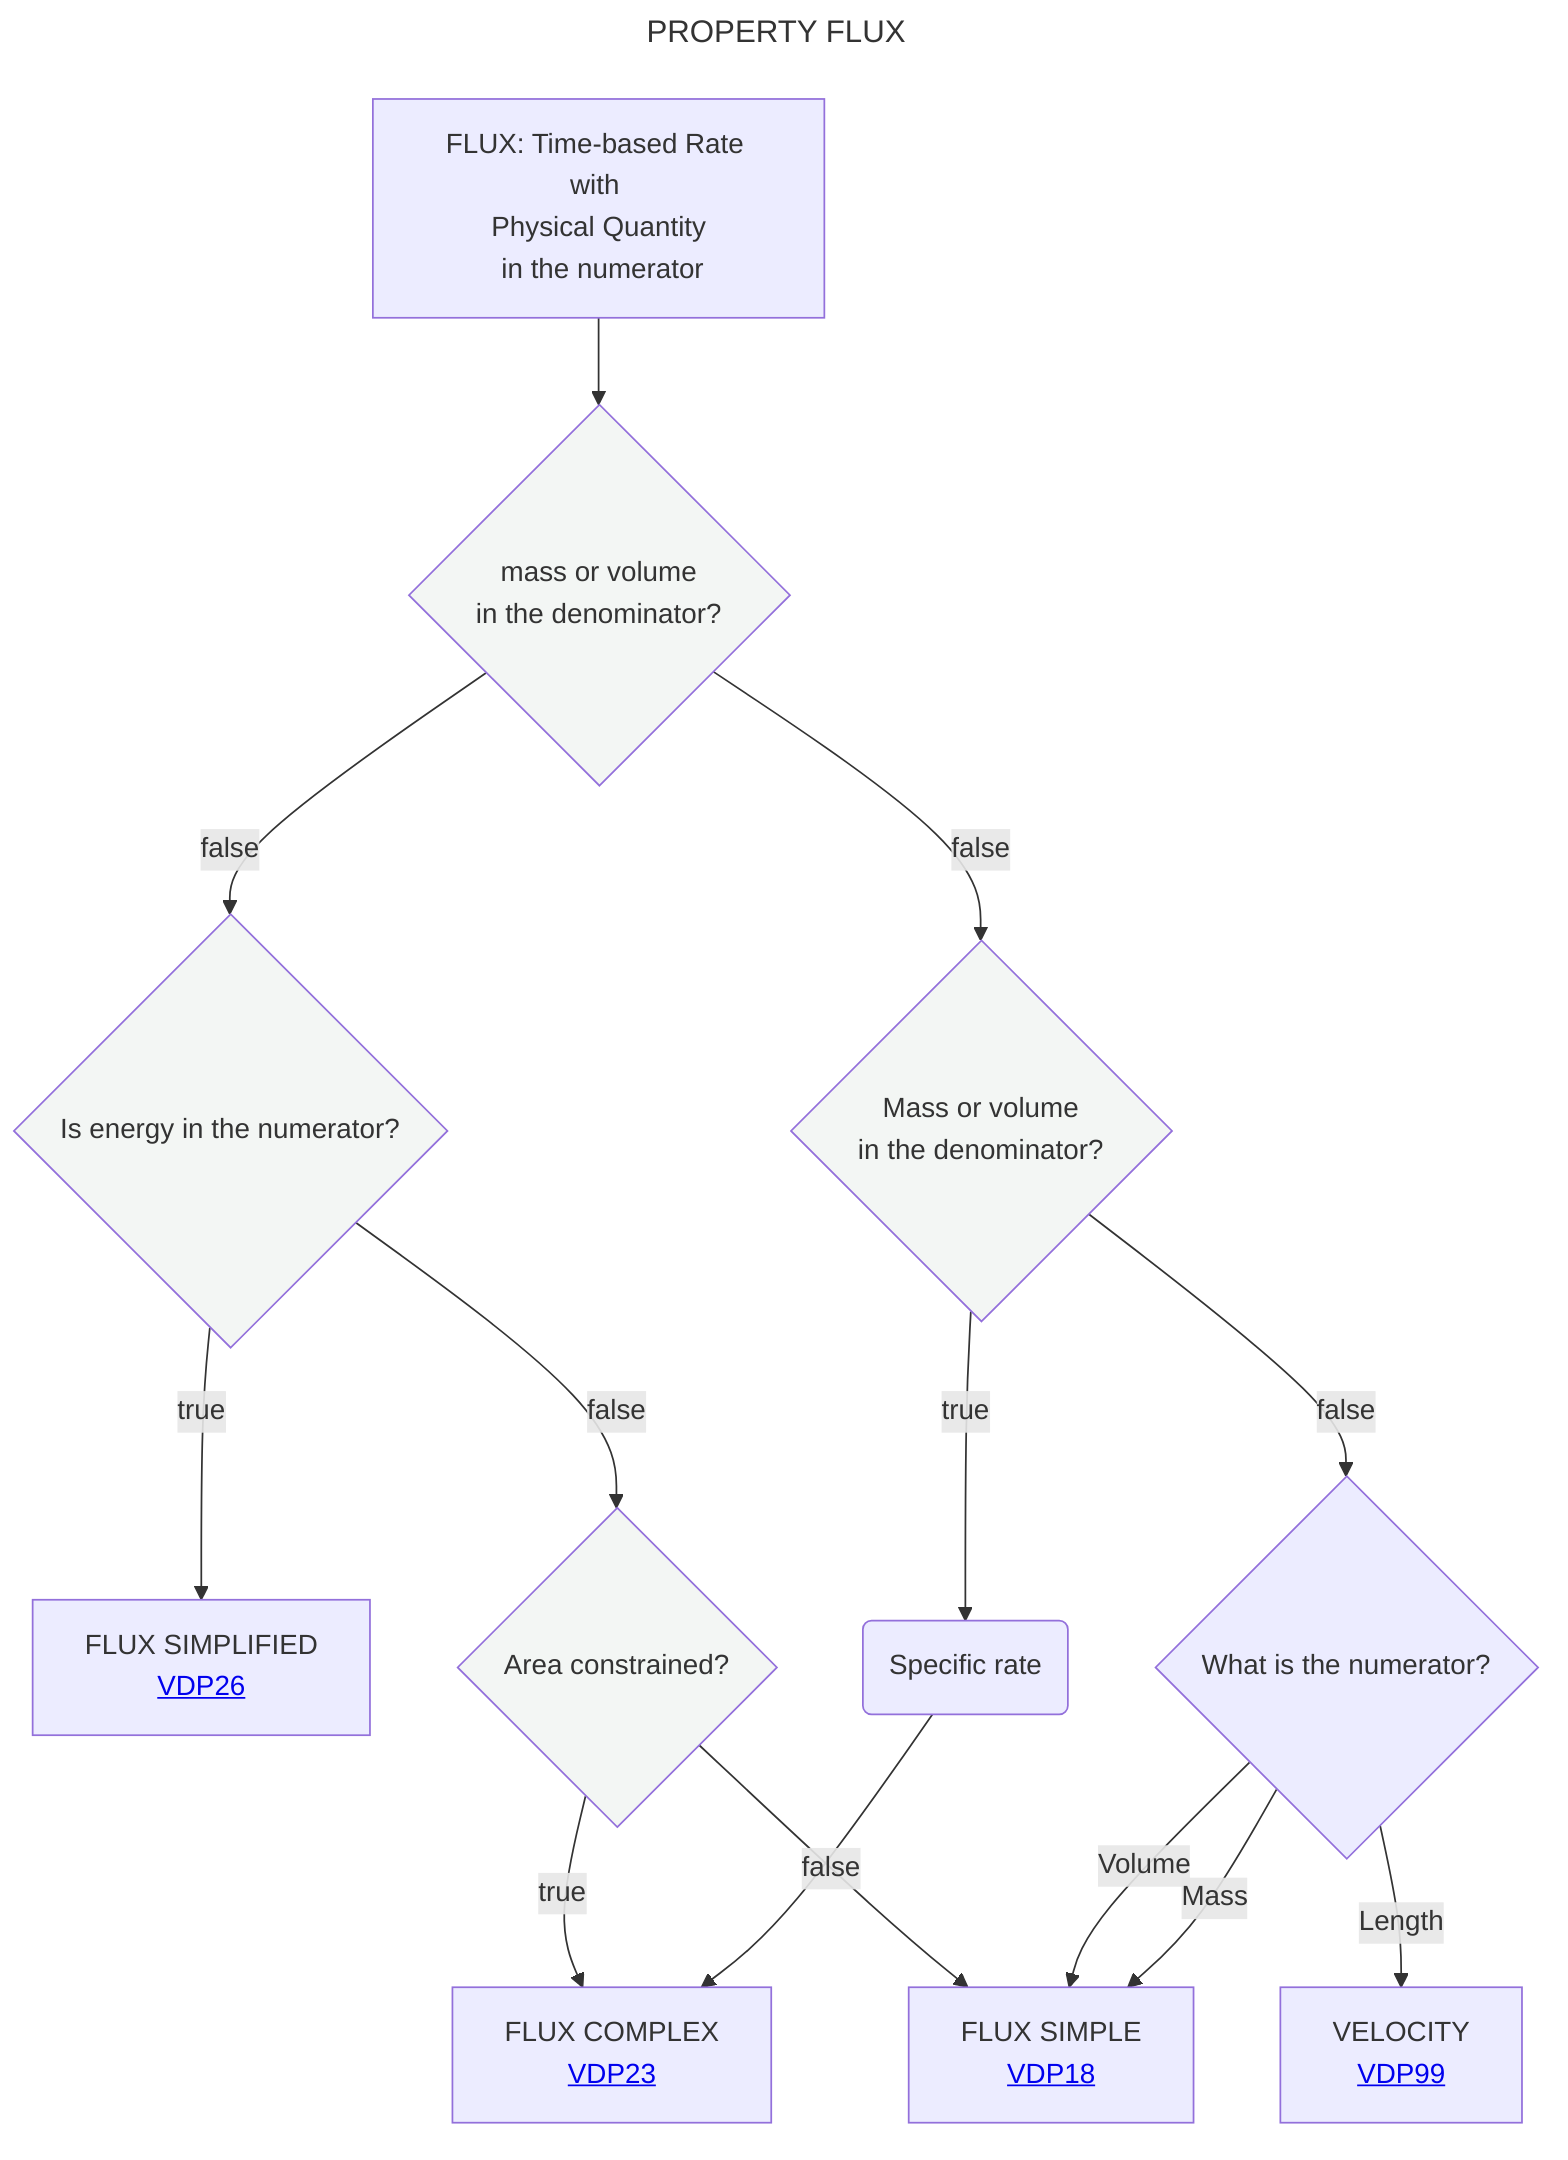
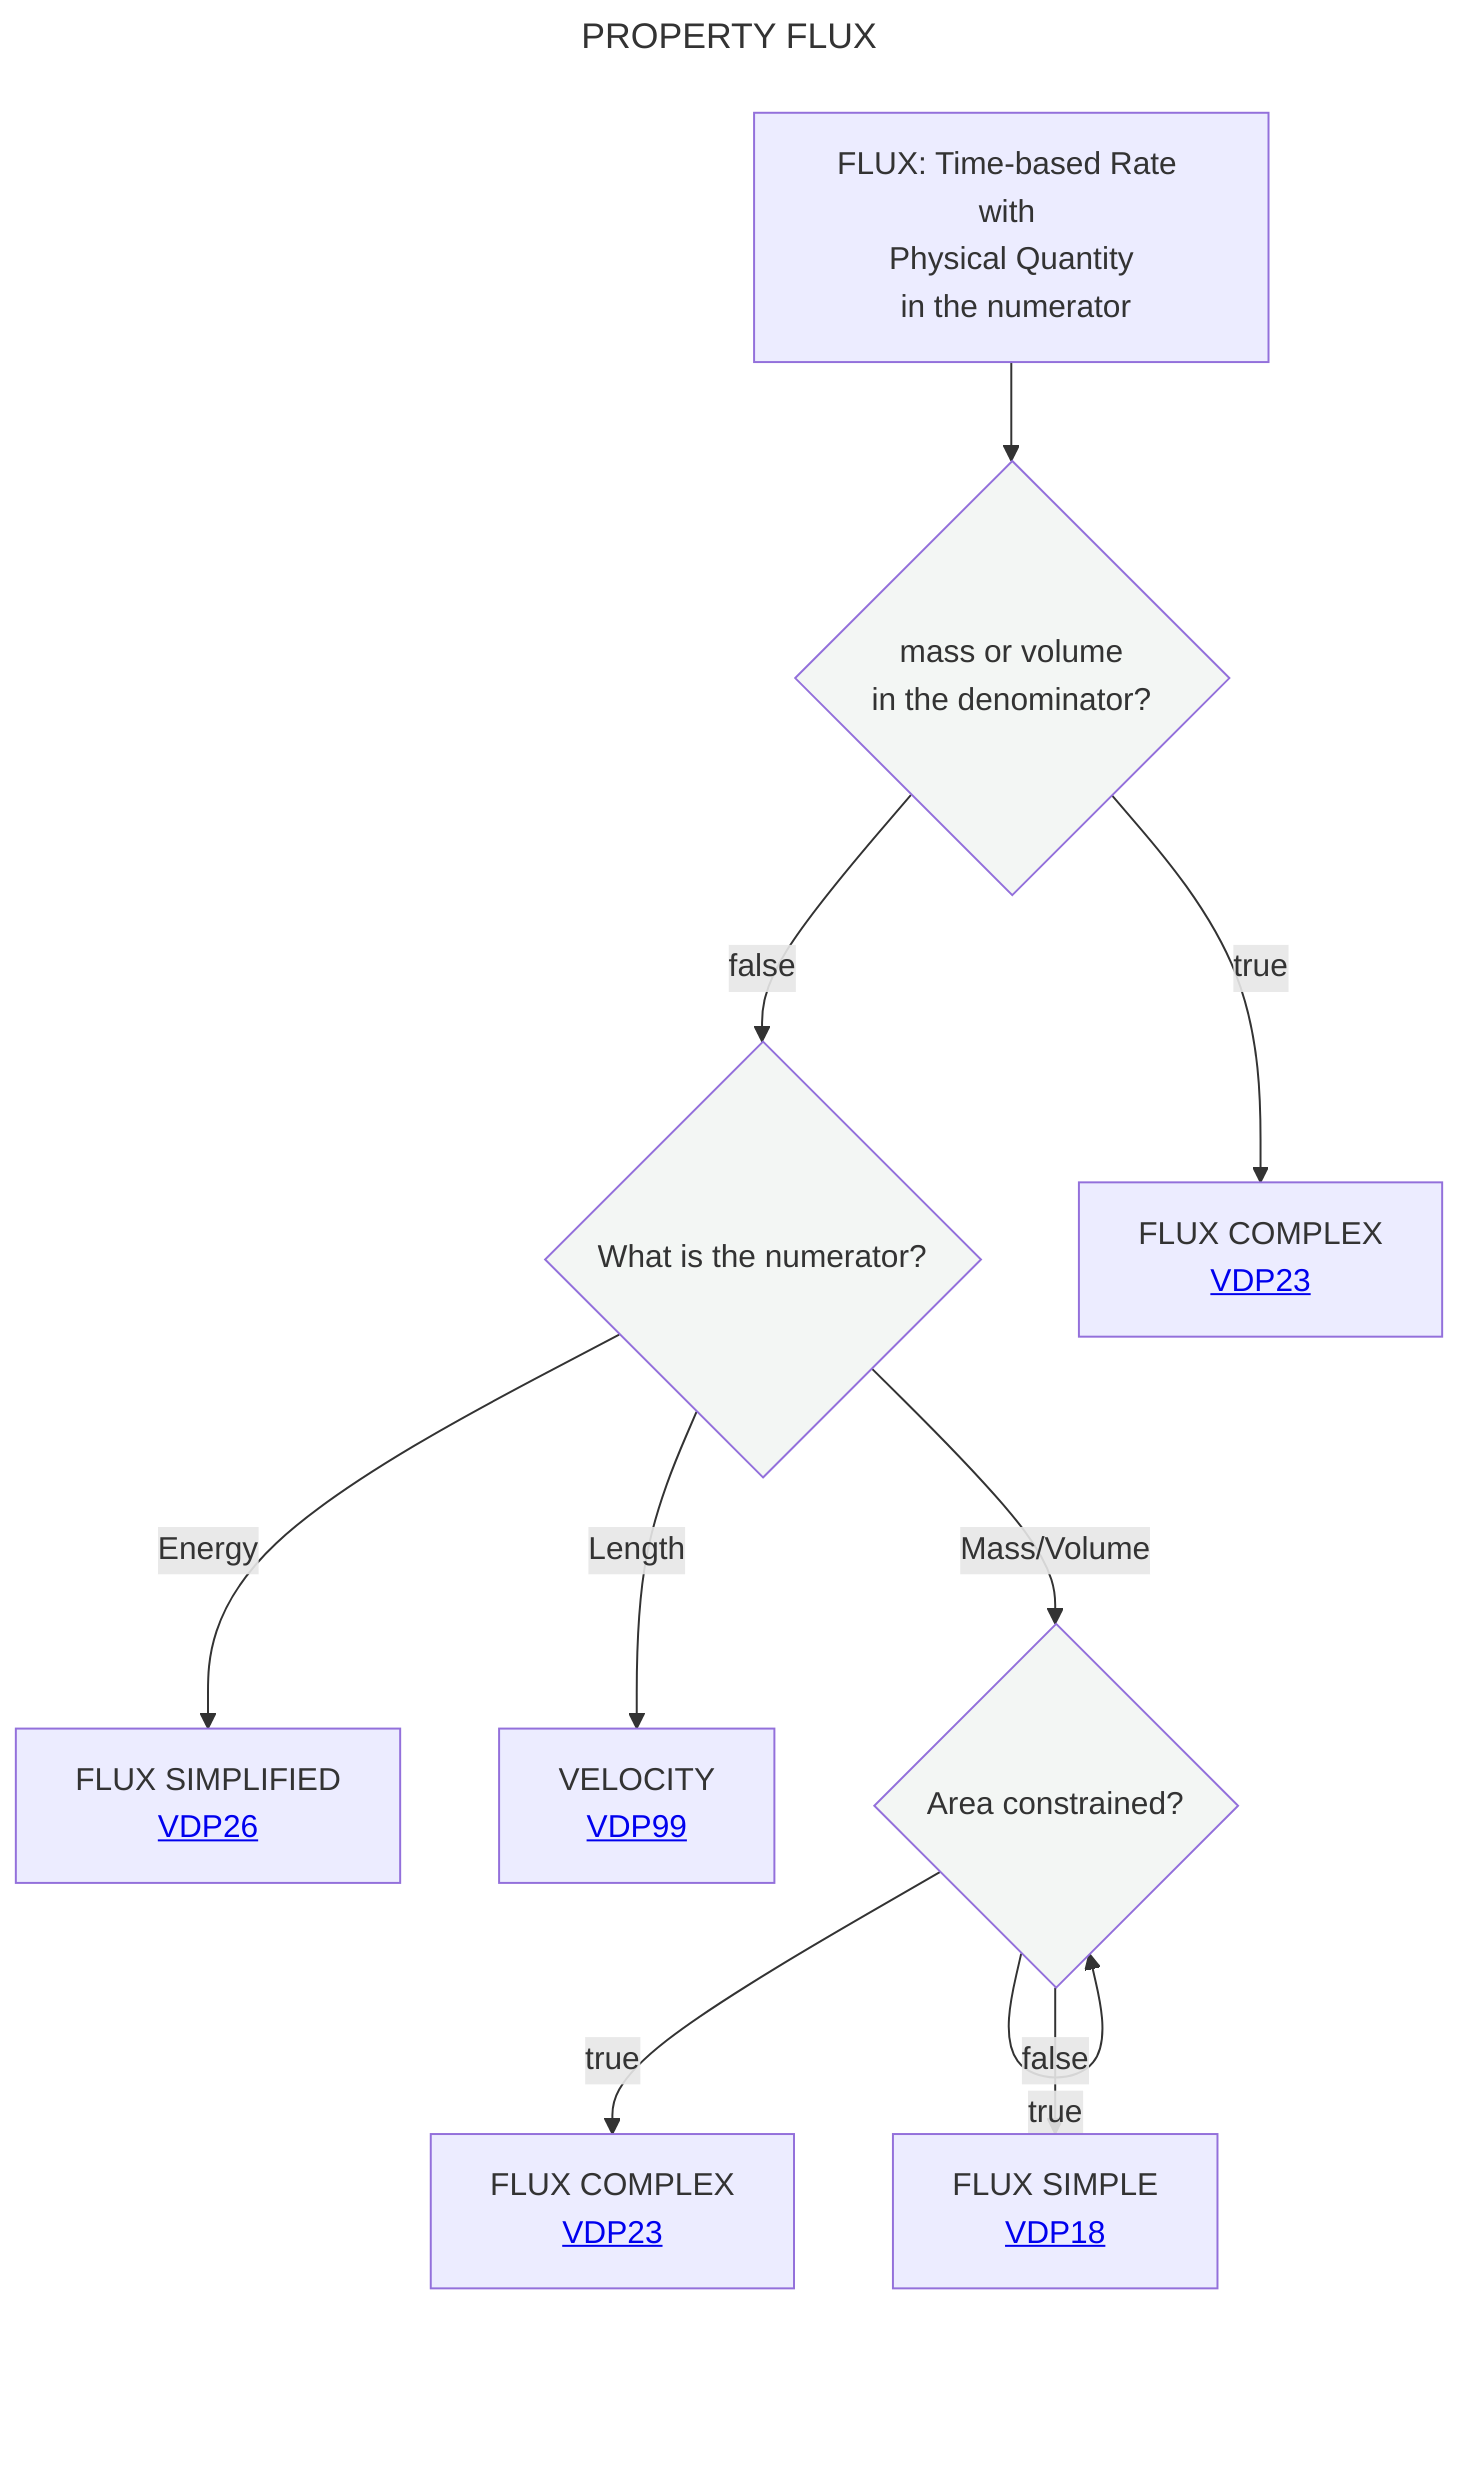
---
title: PROPERTY FLUX
---
flowchart TD
    A[FLUX: Time-based Rate with <br> Physical Quantity <br> in the numerator] --> B{mass or volume <br> in the denominator?}:::white
-     B --> |false|C{Is energy in the numerator?}:::white
-     C --> |true|D[FLUX SIMPLIFIED <br> <a href='https://github.com/mabablue/I-ADOPT-patterns-playground/blob/main/pattern/VDP26.yaml'>VDP26</a>]
-     C --> |false|F{Area constrained?}:::white
-     B --> |false|K{Mass or volume <br> in the denominator?}:::white
+     B --> |false|C{What is the numerator?}:::white
+     C -- Energy--> D[FLUX SIMPLIFIED <br> <a href='https://github.com/mabablue/I-ADOPT-patterns-playground/blob/main/pattern/VDP26.yaml'>VDP26</a>]
+     C -- Length --> E[VELOCITY <br> <a href='https://github.com/mabablue/I-ADOPT-patterns-playground/blob/main/pattern/VDP99.yaml'>VDP99</a]
+     C -- Mass/Volume --> F{Area in the denominator?}:::white
+     F --> |true|F{Area constrained?}:::white
    F --> |true|G[FLUX COMPLEX <br> <a href='https://github.com/mabablue/I-ADOPT-patterns-playground/blob/main/pattern/VDP23.yaml'>VDP23</a>]
    F --> |false|H[FLUX SIMPLE <br> <a href='https://github.com/mabablue/I-ADOPT-patterns-playground/blob/main/pattern/VDP18.yaml'>VDP18</a>]
-     K --> |true|L(Specific rate)
-     L --> G
-     K --> |false|M{What is the numerator?}
-     M -- Length --> N[VELOCITY <br> <a href='https://github.com/mabablue/I-ADOPT-patterns-playground/blob/main/pattern/VDP99.yaml'>VDP99</a]
-     M -- Volume --> H
-     M -- Mass --> H
+     B --> |true|K[FLUX COMPLEX <br> <a href='https://github.com/mabablue/I-ADOPT-patterns-playground/blob/main/pattern/VDP23.yaml'>VDP23</a>]
   classDef blue fill:#90D5FF
   classDef satblue fill:#57B9FF
   classDef white fill:#f3f6f4
   classDef green fill:#6aa84f
